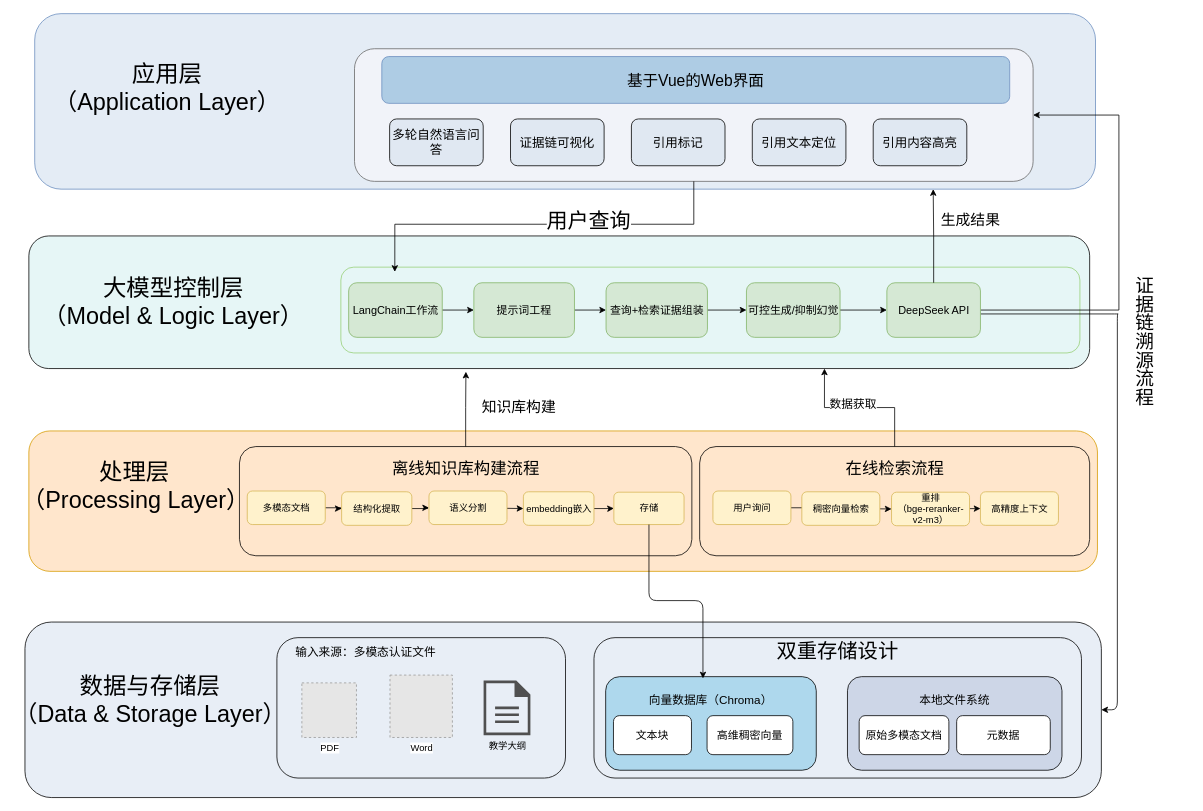
HuShengJie1/Rag-project keeps this draw.io diagram as 架构图.drawio. Above is the earlier version. Source tidied: cells renumbered, new cells numbered last; positions are measured from the earlier drawing's top-left corner, leaving out a move shared by most shapes. Both pictures are drawn from the tidied source at 78%, with x=0, y=0 at pixel (12, 13). Pictures stored in the file or linked from it are replaced by grey dashed boxes.
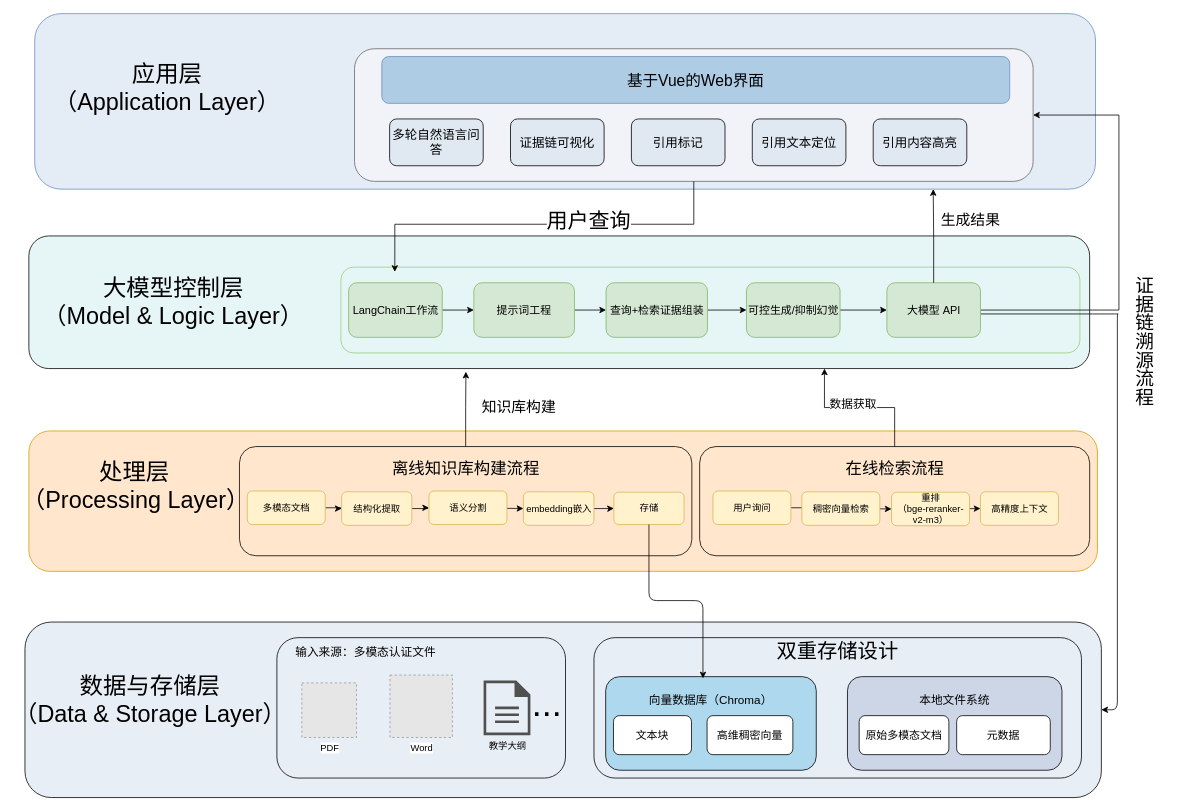
The same diagram, later.

Diff of the diagram source:
```diff
@@
-    <mxCell id="24" value="DeepSeek API" style="rounded=1;whiteSpace=wrap;html=1;fillColor=#d5e8d4;strokeColor=#82b366;fontSize=14;" parent="1" vertex="1">
+    <mxCell id="24" value="大模型 API" style="rounded=1;whiteSpace=wrap;html=1;fillColor=#d5e8d4;strokeColor=#82b366;fontSize=14;" parent="1" vertex="1">
       <mxGeometry x="1120.5" y="345" width="120" height="70" as="geometry" />
     </mxCell>
@@
+    <mxCell id="68" value="&lt;font style=&quot;font-size: 46px;&quot;&gt;...&lt;/font&gt;" style="rounded=1;whiteSpace=wrap;html=1;fillColor=none;strokeColor=none;" parent="1" vertex="1">
+      <mxGeometry x="625" y="855" width="120" height="60" as="geometry" />
+    </mxCell>
```
